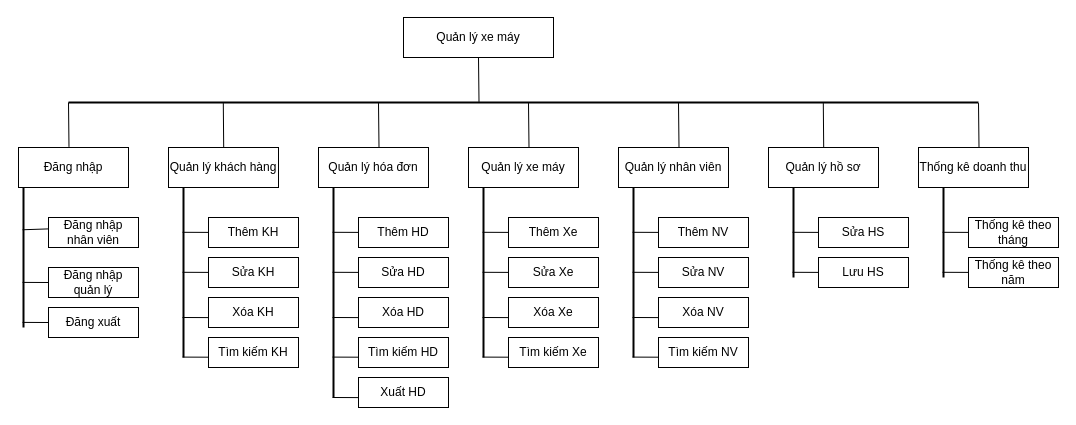
The draw.io diagram drawoi/BDF.drawio in BaoZen07/CNPM, before the edit. Source tidied: cells renumbered, new cells numbered last; positions are measured from the earlier drawing's top-left corner, leaving out a move shared by most shapes. Both pictures are drawn from the tidied source at 100%, with x=0, y=0 at pixel (18, 17).
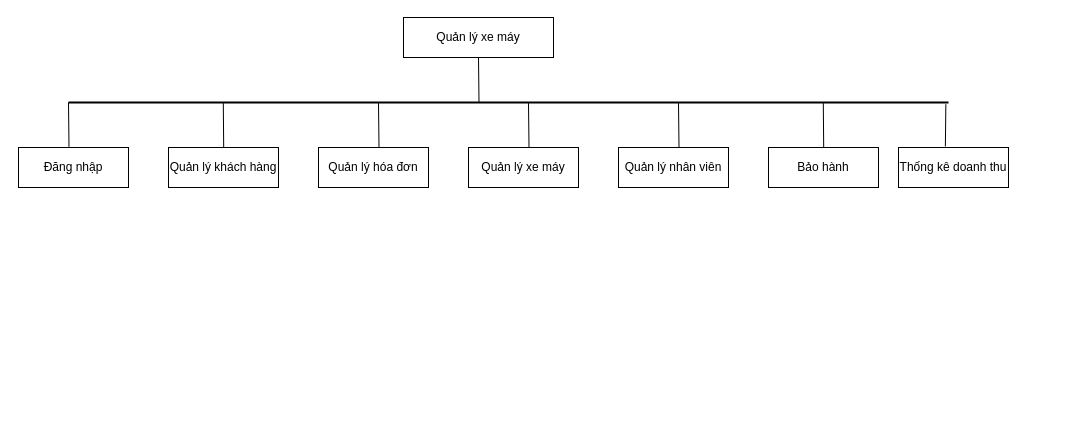
Above is the later version.

The edit, as a diff of the source:
```diff
@@
-    <mxCell id="8" value="Quản lý hồ sơ" style="rounded=0;whiteSpace=wrap;html=1;" parent="1" vertex="1">
+    <mxCell id="8" value="Bảo hành" style="rounded=0;whiteSpace=wrap;html=1;" parent="1" vertex="1">
       <mxGeometry x="750" y="130" width="110" height="40" as="geometry" />
     </mxCell>
     <mxCell id="9" value="Thống kê doanh thu" style="rounded=0;whiteSpace=wrap;html=1;" parent="1" vertex="1">
-      <mxGeometry x="900" y="130" width="110" height="40" as="geometry" />
+      <mxGeometry x="880" y="130" width="110" height="40" as="geometry" />
     </mxCell>
-    <mxCell id="10" value="Đăng nhập nhân viên" style="rounded=0;whiteSpace=wrap;html=1;" parent="1" vertex="1">
-      <mxGeometry x="30" y="200" width="90" height="30" as="geometry" />
-    </mxCell>
-    <mxCell id="11" value="Đăng nhập quản lý" style="rounded=0;whiteSpace=wrap;html=1;" parent="1" vertex="1">
-      <mxGeometry x="30" y="250" width="90" height="30" as="geometry" />
-    </mxCell>
-    <mxCell id="12" value="Đăng xuất" style="rounded=0;whiteSpace=wrap;html=1;" parent="1" vertex="1">
-      <mxGeometry x="30" y="290" width="90" height="30" as="geometry" />
-    </mxCell>
-    <mxCell id="13" value="Thêm KH" style="rounded=0;whiteSpace=wrap;html=1;" parent="1" vertex="1">
-      <mxGeometry x="190" y="200" width="90" height="30" as="geometry" />
-    </mxCell>
-    <mxCell id="14" value="Sửa KH" style="rounded=0;whiteSpace=wrap;html=1;" parent="1" vertex="1">
-      <mxGeometry x="190" y="240" width="90" height="30" as="geometry" />
-    </mxCell>
-    <mxCell id="15" value="Xóa KH" style="rounded=0;whiteSpace=wrap;html=1;" parent="1" vertex="1">
-      <mxGeometry x="190" y="280" width="90" height="30" as="geometry" />
-    </mxCell>
-    <mxCell id="16" value="Tìm kiếm KH" style="rounded=0;whiteSpace=wrap;html=1;" parent="1" vertex="1">
-      <mxGeometry x="190" y="320" width="90" height="30" as="geometry" />
-    </mxCell>
-    <mxCell id="17" value="Thêm HD" style="rounded=0;whiteSpace=wrap;html=1;" parent="1" vertex="1">
-      <mxGeometry x="340" y="200" width="90" height="30" as="geometry" />
-    </mxCell>
-    <mxCell id="18" value="Sửa HD" style="rounded=0;whiteSpace=wrap;html=1;" parent="1" vertex="1">
-      <mxGeometry x="340" y="240" width="90" height="30" as="geometry" />
-    </mxCell>
-    <mxCell id="19" value="Xóa HD" style="rounded=0;whiteSpace=wrap;html=1;" parent="1" vertex="1">
-      <mxGeometry x="340" y="280" width="90" height="30" as="geometry" />
-    </mxCell>
-    <mxCell id="20" value="Tìm kiếm HD" style="rounded=0;whiteSpace=wrap;html=1;" parent="1" vertex="1">
-      <mxGeometry x="340" y="320" width="90" height="30" as="geometry" />
-    </mxCell>
-    <mxCell id="21" value="Thêm Xe" style="rounded=0;whiteSpace=wrap;html=1;" parent="1" vertex="1">
-      <mxGeometry x="490" y="200" width="90" height="30" as="geometry" />
-    </mxCell>
-    <mxCell id="22" value="Sửa Xe" style="rounded=0;whiteSpace=wrap;html=1;" parent="1" vertex="1">
-      <mxGeometry x="490" y="240" width="90" height="30" as="geometry" />
-    </mxCell>
-    <mxCell id="23" value="Xóa Xe" style="rounded=0;whiteSpace=wrap;html=1;" parent="1" vertex="1">
-      <mxGeometry x="490" y="280" width="90" height="30" as="geometry" />
-    </mxCell>
-    <mxCell id="24" value="Tìm kiếm Xe" style="rounded=0;whiteSpace=wrap;html=1;" parent="1" vertex="1">
-      <mxGeometry x="490" y="320" width="90" height="30" as="geometry" />
-    </mxCell>
-    <mxCell id="25" value="Thêm NV" style="rounded=0;whiteSpace=wrap;html=1;" parent="1" vertex="1">
-      <mxGeometry x="640" y="200" width="90" height="30" as="geometry" />
-    </mxCell>
-    <mxCell id="26" value="Sửa NV" style="rounded=0;whiteSpace=wrap;html=1;" parent="1" vertex="1">
-      <mxGeometry x="640" y="240" width="90" height="30" as="geometry" />
-    </mxCell>
-    <mxCell id="27" value="Xóa NV" style="rounded=0;whiteSpace=wrap;html=1;" parent="1" vertex="1">
-      <mxGeometry x="640" y="280" width="90" height="30" as="geometry" />
-    </mxCell>
-    <mxCell id="28" value="Tìm kiếm NV" style="rounded=0;whiteSpace=wrap;html=1;" parent="1" vertex="1">
-      <mxGeometry x="640" y="320" width="90" height="30" as="geometry" />
-    </mxCell>
-    <mxCell id="29" value="Xuất HD" style="rounded=0;whiteSpace=wrap;html=1;" parent="1" vertex="1">
-      <mxGeometry x="340" y="360" width="90" height="30" as="geometry" />
-    </mxCell>
-    <mxCell id="30" value="Sửa HS" style="rounded=0;whiteSpace=wrap;html=1;" parent="1" vertex="1">
-      <mxGeometry x="800" y="200" width="90" height="30" as="geometry" />
-    </mxCell>
-    <mxCell id="31" value="Lưu HS" style="rounded=0;whiteSpace=wrap;html=1;" parent="1" vertex="1">
-      <mxGeometry x="800" y="240" width="90" height="30" as="geometry" />
-    </mxCell>
-    <mxCell id="32" value="Thống kê theo tháng" style="rounded=0;whiteSpace=wrap;html=1;" parent="1" vertex="1">
-      <mxGeometry x="950" y="200" width="90" height="30" as="geometry" />
-    </mxCell>
-    <mxCell id="33" value="Thống kê theo năm" style="rounded=0;whiteSpace=wrap;html=1;" parent="1" vertex="1">
-      <mxGeometry x="950" y="240" width="90" height="30" as="geometry" />
-    </mxCell>
-    <mxCell id="34" style="line;strokeWidth=2;direction=south;html=1;" parent="1" vertex="1">
-      <mxGeometry y="170" width="10" height="140" as="geometry" />
-    </mxCell>
-    <mxCell id="35" style="endArrow=none;html=1;rounded=0;exitX=0.302;exitY=0.6;exitDx=0;exitDy=0;exitPerimeter=0;entryX=0;entryY=0.38;entryDx=0;entryDy=0;entryPerimeter=0;" parent="1" edge="1" source="34" target="10">
-      <mxGeometry relative="1" as="geometry" />
-    </mxCell>
-    <mxCell id="36" style="endArrow=none;html=1;rounded=0;exitX=0.302;exitY=0.6;exitDx=0;exitDy=0;exitPerimeter=0;entryX=0;entryY=0.38;entryDx=0;entryDy=0;entryPerimeter=0;" parent="1" edge="1">
-      <mxGeometry relative="1" as="geometry">
-        <mxPoint x="4" y="264.9" as="sourcePoint" />
-        <mxPoint x="30" y="265" as="targetPoint" />
-      </mxGeometry>
-    </mxCell>
-    <mxCell id="37" style="endArrow=none;html=1;rounded=0;exitX=0.302;exitY=0.6;exitDx=0;exitDy=0;exitPerimeter=0;entryX=0;entryY=0.38;entryDx=0;entryDy=0;entryPerimeter=0;" parent="1" edge="1">
-      <mxGeometry relative="1" as="geometry">
-        <mxPoint x="4" y="304.9" as="sourcePoint" />
-        <mxPoint x="30" y="305" as="targetPoint" />
-      </mxGeometry>
-    </mxCell>
-    <mxCell id="38" style="line;strokeWidth=2;direction=south;html=1;" parent="1" vertex="1">
-      <mxGeometry x="160" y="170" width="10" height="170" as="geometry" />
-    </mxCell>
-    <mxCell id="39" style="endArrow=none;html=1;rounded=0;exitX=0.302;exitY=0.6;exitDx=0;exitDy=0;exitPerimeter=0;entryX=0;entryY=0.38;entryDx=0;entryDy=0;entryPerimeter=0;" parent="1" edge="1">
-      <mxGeometry relative="1" as="geometry">
-        <mxPoint x="164" y="339.6" as="sourcePoint" />
-        <mxPoint x="190" y="339.7" as="targetPoint" />
-      </mxGeometry>
-    </mxCell>
-    <mxCell id="40" style="endArrow=none;html=1;rounded=0;exitX=0.302;exitY=0.6;exitDx=0;exitDy=0;exitPerimeter=0;entryX=0;entryY=0.38;entryDx=0;entryDy=0;entryPerimeter=0;" parent="1" edge="1">
-      <mxGeometry relative="1" as="geometry">
-        <mxPoint x="164" y="300" as="sourcePoint" />
-        <mxPoint x="190" y="300.1" as="targetPoint" />
-      </mxGeometry>
-    </mxCell>
-    <mxCell id="41" style="endArrow=none;html=1;rounded=0;exitX=0.302;exitY=0.6;exitDx=0;exitDy=0;exitPerimeter=0;entryX=0;entryY=0.38;entryDx=0;entryDy=0;entryPerimeter=0;" parent="1" edge="1">
-      <mxGeometry relative="1" as="geometry">
-        <mxPoint x="164" y="254.8" as="sourcePoint" />
-        <mxPoint x="190" y="254.9" as="targetPoint" />
-      </mxGeometry>
-    </mxCell>
-    <mxCell id="42" style="endArrow=none;html=1;rounded=0;exitX=0.302;exitY=0.6;exitDx=0;exitDy=0;exitPerimeter=0;entryX=0;entryY=0.38;entryDx=0;entryDy=0;entryPerimeter=0;" parent="1" edge="1">
-      <mxGeometry relative="1" as="geometry">
-        <mxPoint x="164" y="214.8" as="sourcePoint" />
-        <mxPoint x="190" y="214.9" as="targetPoint" />
-      </mxGeometry>
-    </mxCell>
-    <mxCell id="43" style="line;strokeWidth=2;direction=south;html=1;" parent="1" vertex="1">
-      <mxGeometry x="310" y="170" width="10" height="210" as="geometry" />
-    </mxCell>
-    <mxCell id="44" style="endArrow=none;html=1;rounded=0;exitX=0.302;exitY=0.6;exitDx=0;exitDy=0;exitPerimeter=0;entryX=0;entryY=0.38;entryDx=0;entryDy=0;entryPerimeter=0;" parent="1" edge="1">
-      <mxGeometry relative="1" as="geometry">
-        <mxPoint x="314" y="339.6" as="sourcePoint" />
-        <mxPoint x="340" y="339.7" as="targetPoint" />
-      </mxGeometry>
-    </mxCell>
-    <mxCell id="45" style="endArrow=none;html=1;rounded=0;exitX=0.302;exitY=0.6;exitDx=0;exitDy=0;exitPerimeter=0;entryX=0;entryY=0.38;entryDx=0;entryDy=0;entryPerimeter=0;" parent="1" edge="1">
-      <mxGeometry relative="1" as="geometry">
-        <mxPoint x="314" y="300" as="sourcePoint" />
-        <mxPoint x="340" y="300.1" as="targetPoint" />
-      </mxGeometry>
-    </mxCell>
-    <mxCell id="46" style="endArrow=none;html=1;rounded=0;exitX=0.302;exitY=0.6;exitDx=0;exitDy=0;exitPerimeter=0;entryX=0;entryY=0.38;entryDx=0;entryDy=0;entryPerimeter=0;" parent="1" edge="1">
-      <mxGeometry relative="1" as="geometry">
-        <mxPoint x="314" y="254.8" as="sourcePoint" />
-        <mxPoint x="340" y="254.9" as="targetPoint" />
-      </mxGeometry>
-    </mxCell>
-    <mxCell id="47" style="endArrow=none;html=1;rounded=0;exitX=0.302;exitY=0.6;exitDx=0;exitDy=0;exitPerimeter=0;entryX=0;entryY=0.38;entryDx=0;entryDy=0;entryPerimeter=0;" parent="1" edge="1">
-      <mxGeometry relative="1" as="geometry">
-        <mxPoint x="314" y="214.8" as="sourcePoint" />
-        <mxPoint x="340" y="214.9" as="targetPoint" />
-      </mxGeometry>
-    </mxCell>
-    <mxCell id="48" style="endArrow=none;html=1;rounded=0;exitX=0.302;exitY=0.6;exitDx=0;exitDy=0;exitPerimeter=0;entryX=0;entryY=0.38;entryDx=0;entryDy=0;entryPerimeter=0;" parent="1" edge="1">
-      <mxGeometry relative="1" as="geometry">
-        <mxPoint x="314" y="380" as="sourcePoint" />
-        <mxPoint x="340" y="380.1" as="targetPoint" />
-      </mxGeometry>
-    </mxCell>
-    <mxCell id="49" style="line;strokeWidth=2;direction=south;html=1;" parent="1" vertex="1">
-      <mxGeometry x="460" y="170" width="10" height="170" as="geometry" />
-    </mxCell>
-    <mxCell id="50" style="endArrow=none;html=1;rounded=0;exitX=0.302;exitY=0.6;exitDx=0;exitDy=0;exitPerimeter=0;entryX=0;entryY=0.38;entryDx=0;entryDy=0;entryPerimeter=0;" parent="1" edge="1">
-      <mxGeometry relative="1" as="geometry">
-        <mxPoint x="464" y="339.6" as="sourcePoint" />
-        <mxPoint x="490" y="339.7" as="targetPoint" />
-      </mxGeometry>
-    </mxCell>
-    <mxCell id="51" style="endArrow=none;html=1;rounded=0;exitX=0.302;exitY=0.6;exitDx=0;exitDy=0;exitPerimeter=0;entryX=0;entryY=0.38;entryDx=0;entryDy=0;entryPerimeter=0;" parent="1" edge="1">
-      <mxGeometry relative="1" as="geometry">
-        <mxPoint x="464" y="300" as="sourcePoint" />
-        <mxPoint x="490" y="300.1" as="targetPoint" />
-      </mxGeometry>
-    </mxCell>
-    <mxCell id="52" style="endArrow=none;html=1;rounded=0;exitX=0.302;exitY=0.6;exitDx=0;exitDy=0;exitPerimeter=0;entryX=0;entryY=0.38;entryDx=0;entryDy=0;entryPerimeter=0;" parent="1" edge="1">
-      <mxGeometry relative="1" as="geometry">
-        <mxPoint x="464" y="254.8" as="sourcePoint" />
-        <mxPoint x="490" y="254.9" as="targetPoint" />
-      </mxGeometry>
-    </mxCell>
-    <mxCell id="53" style="endArrow=none;html=1;rounded=0;exitX=0.302;exitY=0.6;exitDx=0;exitDy=0;exitPerimeter=0;entryX=0;entryY=0.38;entryDx=0;entryDy=0;entryPerimeter=0;" parent="1" edge="1">
-      <mxGeometry relative="1" as="geometry">
-        <mxPoint x="464" y="214.8" as="sourcePoint" />
-        <mxPoint x="490" y="214.9" as="targetPoint" />
-      </mxGeometry>
-    </mxCell>
-    <mxCell id="54" style="line;strokeWidth=2;direction=south;html=1;" parent="1" vertex="1">
-      <mxGeometry x="610" y="170" width="10" height="170" as="geometry" />
-    </mxCell>
-    <mxCell id="55" style="endArrow=none;html=1;rounded=0;exitX=0.302;exitY=0.6;exitDx=0;exitDy=0;exitPerimeter=0;entryX=0;entryY=0.38;entryDx=0;entryDy=0;entryPerimeter=0;" parent="1" edge="1">
-      <mxGeometry relative="1" as="geometry">
-        <mxPoint x="614" y="339.6" as="sourcePoint" />
-        <mxPoint x="640" y="339.7" as="targetPoint" />
-      </mxGeometry>
-    </mxCell>
-    <mxCell id="56" style="endArrow=none;html=1;rounded=0;exitX=0.302;exitY=0.6;exitDx=0;exitDy=0;exitPerimeter=0;entryX=0;entryY=0.38;entryDx=0;entryDy=0;entryPerimeter=0;" parent="1" edge="1">
-      <mxGeometry relative="1" as="geometry">
-        <mxPoint x="614" y="300" as="sourcePoint" />
-        <mxPoint x="640" y="300.1" as="targetPoint" />
-      </mxGeometry>
-    </mxCell>
-    <mxCell id="57" style="endArrow=none;html=1;rounded=0;exitX=0.302;exitY=0.6;exitDx=0;exitDy=0;exitPerimeter=0;entryX=0;entryY=0.38;entryDx=0;entryDy=0;entryPerimeter=0;" parent="1" edge="1">
-      <mxGeometry relative="1" as="geometry">
-        <mxPoint x="614" y="254.8" as="sourcePoint" />
-        <mxPoint x="640" y="254.9" as="targetPoint" />
-      </mxGeometry>
-    </mxCell>
-    <mxCell id="58" style="endArrow=none;html=1;rounded=0;exitX=0.302;exitY=0.6;exitDx=0;exitDy=0;exitPerimeter=0;entryX=0;entryY=0.38;entryDx=0;entryDy=0;entryPerimeter=0;" parent="1" edge="1">
-      <mxGeometry relative="1" as="geometry">
-        <mxPoint x="614" y="214.8" as="sourcePoint" />
-        <mxPoint x="640" y="214.9" as="targetPoint" />
-      </mxGeometry>
-    </mxCell>
-    <mxCell id="59" style="line;strokeWidth=2;direction=south;html=1;" parent="1" vertex="1">
-      <mxGeometry x="770" y="170" width="10" height="90" as="geometry" />
-    </mxCell>
-    <mxCell id="60" style="endArrow=none;html=1;rounded=0;exitX=0.302;exitY=0.6;exitDx=0;exitDy=0;exitPerimeter=0;entryX=0;entryY=0.38;entryDx=0;entryDy=0;entryPerimeter=0;" parent="1" edge="1">
-      <mxGeometry relative="1" as="geometry">
-        <mxPoint x="774" y="254.8" as="sourcePoint" />
-        <mxPoint x="800" y="254.9" as="targetPoint" />
-      </mxGeometry>
-    </mxCell>
-    <mxCell id="61" style="endArrow=none;html=1;rounded=0;exitX=0.302;exitY=0.6;exitDx=0;exitDy=0;exitPerimeter=0;entryX=0;entryY=0.38;entryDx=0;entryDy=0;entryPerimeter=0;" parent="1" edge="1">
-      <mxGeometry relative="1" as="geometry">
-        <mxPoint x="774" y="214.8" as="sourcePoint" />
-        <mxPoint x="800" y="214.9" as="targetPoint" />
-      </mxGeometry>
-    </mxCell>
-    <mxCell id="62" style="line;strokeWidth=2;direction=south;html=1;" parent="1" vertex="1">
-      <mxGeometry x="920" y="170" width="10" height="90" as="geometry" />
-    </mxCell>
-    <mxCell id="63" style="endArrow=none;html=1;rounded=0;exitX=0.302;exitY=0.6;exitDx=0;exitDy=0;exitPerimeter=0;entryX=0;entryY=0.38;entryDx=0;entryDy=0;entryPerimeter=0;" parent="1" edge="1">
-      <mxGeometry relative="1" as="geometry">
-        <mxPoint x="924" y="254.8" as="sourcePoint" />
-        <mxPoint x="950" y="254.9" as="targetPoint" />
-      </mxGeometry>
-    </mxCell>
-    <mxCell id="64" style="endArrow=none;html=1;rounded=0;exitX=0.302;exitY=0.6;exitDx=0;exitDy=0;exitPerimeter=0;entryX=0;entryY=0.38;entryDx=0;entryDy=0;entryPerimeter=0;" parent="1" edge="1">
-      <mxGeometry relative="1" as="geometry">
-        <mxPoint x="924" y="214.8" as="sourcePoint" />
-        <mxPoint x="950" y="214.9" as="targetPoint" />
-      </mxGeometry>
-    </mxCell>
     <mxCell id="65" style="line;strokeWidth=2;html=1;" parent="1" vertex="1">
-      <mxGeometry x="50" y="80" width="910" height="10" as="geometry" />
+      <mxGeometry x="50" y="80" width="880" height="10" as="geometry" />
     </mxCell>
@@
-    <mxCell id="72" style="endArrow=none;html=1;rounded=0;exitX=0.459;exitY=-0.015;exitDx=0;exitDy=0;exitPerimeter=0;entryX=0;entryY=0.5;entryDx=0;entryDy=0;entryPerimeter=0;" parent="1" edge="1">
-      <mxGeometry relative="1" as="geometry">
-        <mxPoint x="960.5" y="130" as="sourcePoint" />
-        <mxPoint x="960" y="85.6" as="targetPoint" />
-      </mxGeometry>
+    <mxCell id="72" style="endArrow=none;html=1;rounded=0;exitX=0.426;exitY=-0.026;exitDx=0;exitDy=0;exitPerimeter=0;entryX=0.997;entryY=0.671;entryDx=0;entryDy=0;entryPerimeter=0;" parent="1" edge="1" source="9" target="65">
+      <mxGeometry relative="1" as="geometry" />
     </mxCell>
```
